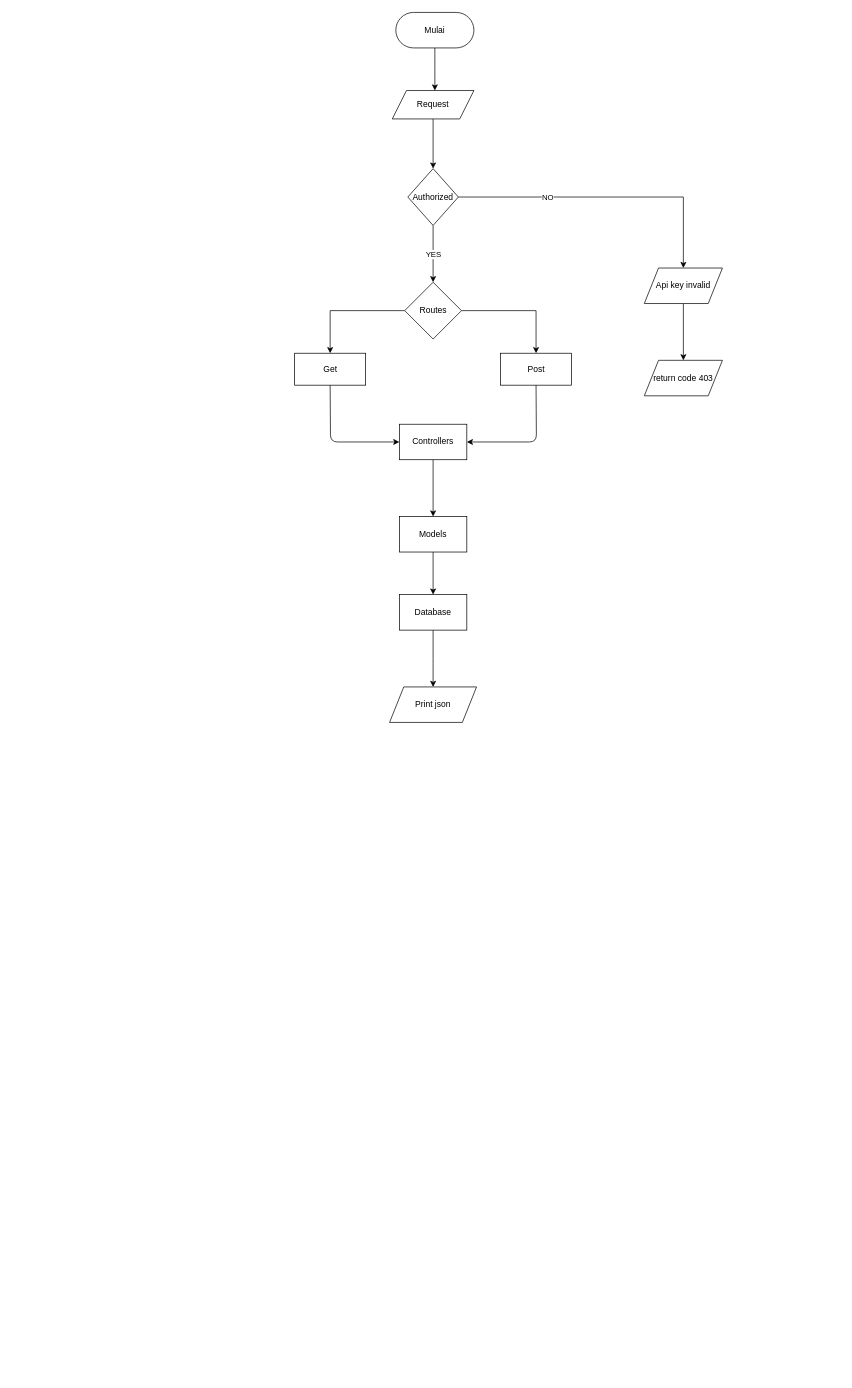
Earlier version of the draw.io diagram FlowchartAPI.drawio (alanard/KingsCafe-BackEnd-Express). Source tidied: cells renumbered, new cells numbered last; positions are measured from the earlier drawing's top-left corner, leaving out a move shared by most shapes. Both pictures are drawn from the tidied source at 71%, with x=0, y=0 at pixel (295, 12).
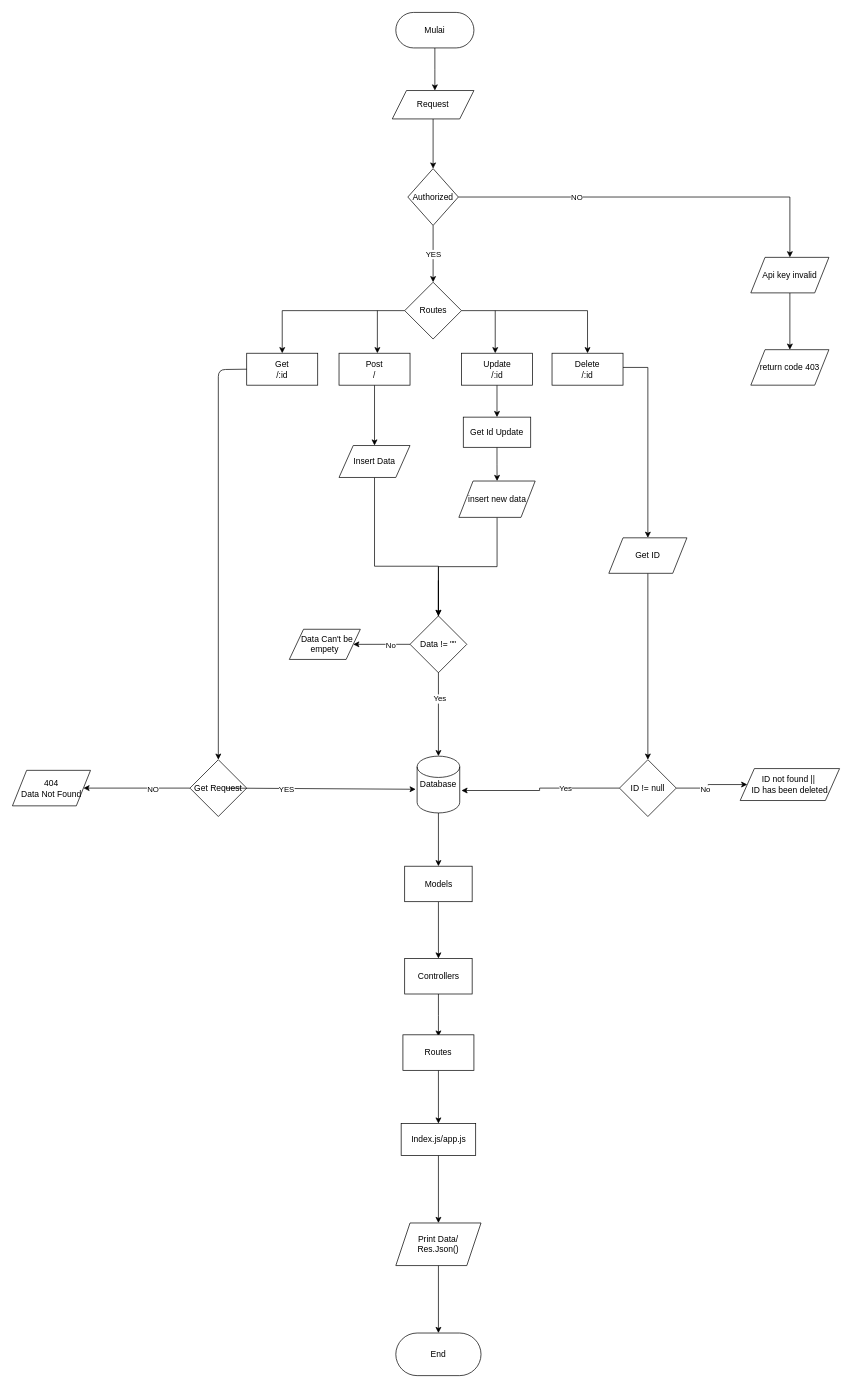
The same diagram, later.

Change to the diagram source:
```diff
@@
-    <mxCell id="7" value="Get" style="whiteSpace=wrap;html=1;" parent="1" vertex="1">
-      <mxGeometry x="-0.5" y="480" width="100" height="45" as="geometry" />
+    <mxCell id="7" value="Get&lt;br&gt;/:id" style="whiteSpace=wrap;html=1;" parent="1" vertex="1">
+      <mxGeometry x="-68" y="480" width="100" height="45" as="geometry" />
     </mxCell>
+    <mxCell id="28" style="edgeStyle=orthogonalEdgeStyle;rounded=0;jettySize=auto;html=1;entryX=0.5;entryY=0;entryDx=0;entryDy=0;" parent="1" edge="1" source="8" target="56">
+      <mxGeometry relative="1" as="geometry">
+        <Array as="points">
+          <mxPoint x="452" y="500" />
+          <mxPoint x="524" y="500" />
+        </Array>
+      </mxGeometry>
+    </mxCell>
-    <mxCell id="8" value="Post" style="whiteSpace=wrap;html=1;" parent="1" vertex="1">
-      <mxGeometry x="289.5" y="480" width="100" height="45" as="geometry" />
+    <mxCell id="8" value="Delete&lt;br&gt;/:id" style="whiteSpace=wrap;html=1;" parent="1" vertex="1">
+      <mxGeometry x="362" y="480" width="100" height="45" as="geometry" />
     </mxCell>
@@
-    <mxCell id="12" value="Controllers" style="whiteSpace=wrap;html=1;" parent="1" vertex="1">
-      <mxGeometry x="147" y="580" width="95" height="50" as="geometry" />
+    <mxCell id="12" value="Models" style="whiteSpace=wrap;html=1;" parent="1" vertex="1">
+      <mxGeometry x="154.5" y="1202.5" width="95" height="50" as="geometry" />
     </mxCell>
-    <mxCell id="13" style="endArrow=classic;html=1;exitX=0.5;exitY=1;exitDx=0;exitDy=0;entryX=0;entryY=0.5;entryDx=0;entryDy=0;" parent="1" edge="1" source="7" target="12">
-      <mxGeometry relative="1" as="geometry">
-        <Array as="points">
-          <mxPoint x="50" y="605" />
-        </Array>
-      </mxGeometry>
-    </mxCell>
-    <mxCell id="14" style="endArrow=classic;html=1;exitX=0.5;exitY=1;exitDx=0;exitDy=0;entryX=1;entryY=0.5;entryDx=0;entryDy=0;" parent="1" edge="1" source="8" target="12">
-      <mxGeometry relative="1" as="geometry">
-        <Array as="points">
-          <mxPoint x="340" y="605" />
-        </Array>
-      </mxGeometry>
-    </mxCell>
-    <mxCell id="15" style="edgeStyle=orthogonalEdgeStyle;rounded=0;jettySize=auto;html=1;" parent="1" edge="1" source="16" target="18">
-      <mxGeometry relative="1" as="geometry" />
+    <mxCell id="15" style="edgeStyle=orthogonalEdgeStyle;rounded=0;jettySize=auto;html=1;" parent="1" edge="1" source="16">
+      <mxGeometry relative="1" as="geometry">
+        <mxPoint x="202" y="1442.5" as="targetPoint" />
+      </mxGeometry>
     </mxCell>
-    <mxCell id="16" value="Models" style="whiteSpace=wrap;html=1;" parent="1" vertex="1">
-      <mxGeometry x="147" y="710" width="95" height="50" as="geometry" />
+    <mxCell id="16" value="Controllers" style="whiteSpace=wrap;html=1;" parent="1" vertex="1">
+      <mxGeometry x="154.5" y="1332.5" width="95" height="50" as="geometry" />
     </mxCell>
-    <mxCell id="17" style="edgeStyle=orthogonalEdgeStyle;rounded=0;jettySize=auto;html=1;" parent="1" edge="1" source="18" target="19">
-      <mxGeometry relative="1" as="geometry" />
-    </mxCell>
-    <mxCell id="18" value="Database" style="whiteSpace=wrap;html=1;" parent="1" vertex="1">
-      <mxGeometry x="147" y="820" width="95" height="50" as="geometry" />
-    </mxCell>
-    <mxCell id="19" value="Print json" style="shape=parallelogram;perimeter=parallelogramPerimeter;whiteSpace=wrap;html=1;fixedSize=1;" parent="1" vertex="1">
-      <mxGeometry x="133.2" y="950" width="122.5" height="50" as="geometry" />
-    </mxCell>
@@
     <mxCell id="26" value="Api key invalid" style="shape=parallelogram;perimeter=parallelogramPerimeter;whiteSpace=wrap;html=1;fixedSize=1;" parent="1" vertex="1">
-      <mxGeometry x="492" y="360" width="110" height="50" as="geometry" />
+      <mxGeometry x="642" y="345" width="110" height="50" as="geometry" />
     </mxCell>
     <mxCell id="27" value="return code 403" style="shape=parallelogram;perimeter=parallelogramPerimeter;whiteSpace=wrap;html=1;fixedSize=1;" parent="1" vertex="1">
-      <mxGeometry x="492" y="490" width="110" height="50" as="geometry" />
+      <mxGeometry x="642" y="475" width="110" height="50" as="geometry" />
     </mxCell>
+    <mxCell id="29" style="endArrow=classic;html=1;" parent="1" edge="1">
+      <mxGeometry relative="1" as="geometry">
+        <mxPoint x="282" y="420" as="sourcePoint" />
+        <mxPoint x="282" y="480" as="targetPoint" />
+      </mxGeometry>
+    </mxCell>
+    <mxCell id="30" style="edgeStyle=orthogonalEdgeStyle;rounded=0;jettySize=auto;html=1;entryX=0.5;entryY=0;entryDx=0;entryDy=0;" parent="1" edge="1" source="31" target="46">
+      <mxGeometry relative="1" as="geometry" />
+    </mxCell>
+    <mxCell id="31" value="Update&lt;br&gt;/:id" style="whiteSpace=wrap;html=1;" parent="1" vertex="1">
+      <mxGeometry x="234.5" y="480" width="100" height="45" as="geometry" />
+    </mxCell>
+    <mxCell id="32" style="edgeStyle=orthogonalEdgeStyle;rounded=0;jettySize=auto;html=1;exitX=0.5;exitY=1;exitDx=0;exitDy=0;" parent="1" edge="1" source="33" target="44">
+      <mxGeometry relative="1" as="geometry" />
+    </mxCell>
+    <mxCell id="33" value="Post&lt;br&gt;/" style="whiteSpace=wrap;html=1;" parent="1" vertex="1">
+      <mxGeometry x="62" y="480" width="100" height="45" as="geometry" />
+    </mxCell>
+    <mxCell id="34" style="endArrow=classic;html=1;" parent="1" edge="1">
+      <mxGeometry relative="1" as="geometry">
+        <mxPoint x="116" y="420" as="sourcePoint" />
+        <mxPoint x="116" y="480" as="targetPoint" />
+      </mxGeometry>
+    </mxCell>
+    <mxCell id="35" style="edgeStyle=orthogonalEdgeStyle;rounded=0;jettySize=auto;html=1;" parent="1" edge="1" source="18" target="12">
+      <mxGeometry relative="1" as="geometry" />
+    </mxCell>
+    <mxCell id="18" value="Database" style="shape=cylinder2;whiteSpace=wrap;html=1;boundedLbl=1;backgroundOutline=1;size=15;" parent="1" vertex="1">
+      <mxGeometry x="172" y="1047.5" width="60" height="80" as="geometry" />
+    </mxCell>
+    <mxCell id="36" style="edgeStyle=orthogonalEdgeStyle;rounded=0;jettySize=auto;html=1;" parent="1" edge="1" source="38" target="41">
+      <mxGeometry relative="1" as="geometry" />
+    </mxCell>
+    <mxCell id="37" value="NO" style="edgeLabel;html=1;align=center;verticalAlign=middle;" parent="36" vertex="1">
+      <mxGeometry x="-0.3" y="1" relative="1" as="geometry" />
+    </mxCell>
+    <mxCell id="38" value="Get Request" style="rhombus;whiteSpace=wrap;html=1;" parent="1" vertex="1">
+      <mxGeometry x="-148" y="1052.5" width="80" height="80" as="geometry" />
+    </mxCell>
+    <mxCell id="39" style="endArrow=classic;html=1;entryX=-0.033;entryY=0.583;entryDx=0;entryDy=0;entryPerimeter=0;" parent="1" edge="1" target="18">
+      <mxGeometry relative="1" as="geometry">
+        <mxPoint x="-98" y="1092.5" as="sourcePoint" />
+      </mxGeometry>
+    </mxCell>
+    <mxCell id="40" value="YES" style="edgeLabel;html=1;align=center;verticalAlign=middle;" parent="39" vertex="1">
+      <mxGeometry x="-0.36" relative="1" as="geometry" />
+    </mxCell>
+    <mxCell id="41" value="404&lt;br&gt;Data Not Found" style="shape=parallelogram;perimeter=parallelogramPerimeter;whiteSpace=wrap;html=1;fixedSize=1;" parent="1" vertex="1">
+      <mxGeometry x="-398" y="1067.5" width="110" height="50" as="geometry" />
+    </mxCell>
+    <mxCell id="42" style="endArrow=classic;html=1;exitX=0;exitY=0.5;exitDx=0;exitDy=0;entryX=0.5;entryY=0;entryDx=0;entryDy=0;" parent="1" edge="1" source="7" target="38">
+      <mxGeometry relative="1" as="geometry">
+        <Array as="points">
+          <mxPoint x="-108" y="503" />
+        </Array>
+      </mxGeometry>
+    </mxCell>
+    <mxCell id="43" style="edgeStyle=orthogonalEdgeStyle;rounded=0;jettySize=auto;html=1;" parent="1" edge="1" source="44" target="53">
+      <mxGeometry relative="1" as="geometry">
+        <Array as="points">
+          <mxPoint x="112" y="780" />
+          <mxPoint x="202" y="780" />
+        </Array>
+      </mxGeometry>
+    </mxCell>
+    <mxCell id="44" value="Insert Data" style="shape=parallelogram;perimeter=parallelogramPerimeter;whiteSpace=wrap;html=1;fixedSize=1;" parent="1" vertex="1">
+      <mxGeometry x="62" y="610" width="100" height="45" as="geometry" />
+    </mxCell>
+    <mxCell id="45" style="edgeStyle=orthogonalEdgeStyle;rounded=0;jettySize=auto;html=1;" parent="1" edge="1" source="46" target="48">
+      <mxGeometry relative="1" as="geometry" />
+    </mxCell>
+    <mxCell id="46" value="Get Id Update" style="whiteSpace=wrap;html=1;" parent="1" vertex="1">
+      <mxGeometry x="237" y="570" width="95" height="42.5" as="geometry" />
+    </mxCell>
+    <mxCell id="47" style="edgeStyle=orthogonalEdgeStyle;rounded=0;jettySize=auto;html=1;" parent="1" edge="1" source="48" target="53">
+      <mxGeometry relative="1" as="geometry" />
+    </mxCell>
+    <mxCell id="48" value="insert new data" style="shape=parallelogram;perimeter=parallelogramPerimeter;whiteSpace=wrap;html=1;fixedSize=1;" parent="1" vertex="1">
+      <mxGeometry x="230.8" y="660" width="107.5" height="51.2" as="geometry" />
+    </mxCell>
+    <mxCell id="49" style="edgeStyle=orthogonalEdgeStyle;rounded=0;jettySize=auto;html=1;" parent="1" edge="1" source="53" target="18">
+      <mxGeometry relative="1" as="geometry">
+        <Array as="points">
+          <mxPoint x="202" y="800" />
+        </Array>
+      </mxGeometry>
+    </mxCell>
+    <mxCell id="50" value="Yes" style="edgeLabel;html=1;align=center;verticalAlign=middle;" parent="49" vertex="1">
+      <mxGeometry x="0.45" y="1" relative="1" as="geometry" />
+    </mxCell>
+    <mxCell id="51" style="edgeStyle=orthogonalEdgeStyle;rounded=0;jettySize=auto;html=1;entryX=1;entryY=0.5;entryDx=0;entryDy=0;" parent="1" edge="1" source="53" target="54">
+      <mxGeometry relative="1" as="geometry" />
+    </mxCell>
+    <mxCell id="52" value="No" style="edgeLabel;html=1;align=center;verticalAlign=middle;" parent="51" vertex="1">
+      <mxGeometry x="-0.31" y="1" relative="1" as="geometry" />
+    </mxCell>
+    <mxCell id="53" value="Data != &quot;&quot;" style="rhombus;whiteSpace=wrap;html=1;" parent="1" vertex="1">
+      <mxGeometry x="162" y="850" width="80" height="80" as="geometry" />
+    </mxCell>
+    <mxCell id="54" value="&lt;span&gt;&amp;nbsp; Data Can't be empety&lt;/span&gt;" style="shape=parallelogram;perimeter=parallelogramPerimeter;whiteSpace=wrap;html=1;fixedSize=1;" parent="1" vertex="1">
+      <mxGeometry x="-8" y="868.8" width="100" height="42.5" as="geometry" />
+    </mxCell>
+    <mxCell id="55" style="edgeStyle=orthogonalEdgeStyle;rounded=0;jettySize=auto;html=1;" parent="1" edge="1" source="56" target="61">
+      <mxGeometry relative="1" as="geometry" />
+    </mxCell>
+    <mxCell id="56" value="Get ID" style="shape=parallelogram;perimeter=parallelogramPerimeter;whiteSpace=wrap;html=1;fixedSize=1;" parent="1" vertex="1">
+      <mxGeometry x="442" y="740" width="110" height="50" as="geometry" />
+    </mxCell>
+    <mxCell id="57" style="edgeStyle=orthogonalEdgeStyle;rounded=0;jettySize=auto;html=1;" parent="1" edge="1" source="61" target="62">
+      <mxGeometry relative="1" as="geometry" />
+    </mxCell>
+    <mxCell id="58" value="No" style="edgeLabel;html=1;align=center;verticalAlign=middle;" parent="57" vertex="1">
+      <mxGeometry x="-0.24" y="-2" relative="1" as="geometry" />
+    </mxCell>
+    <mxCell id="59" style="edgeStyle=orthogonalEdgeStyle;rounded=0;jettySize=auto;html=1;entryX=1.04;entryY=0.605;entryDx=0;entryDy=0;entryPerimeter=0;" parent="1" edge="1" source="61" target="18">
+      <mxGeometry relative="1" as="geometry" />
+    </mxCell>
+    <mxCell id="60" value="Yes" style="edgeLabel;html=1;align=center;verticalAlign=middle;" parent="59" vertex="1">
+      <mxGeometry x="-0.32" relative="1" as="geometry" />
+    </mxCell>
+    <mxCell id="61" value="ID != null" style="rhombus;whiteSpace=wrap;html=1;" parent="1" vertex="1">
+      <mxGeometry x="457" y="1052.5" width="80" height="80" as="geometry" />
+    </mxCell>
+    <mxCell id="62" value="ID not found ||&amp;nbsp;&lt;br&gt;ID has been deleted" style="shape=parallelogram;perimeter=parallelogramPerimeter;whiteSpace=wrap;html=1;fixedSize=1;" parent="1" vertex="1">
+      <mxGeometry x="627" y="1065" width="140" height="45" as="geometry" />
+    </mxCell>
+    <mxCell id="63" value="End" style="rounded=1;whiteSpace=wrap;html=1;arcSize=50;" parent="1" vertex="1">
+      <mxGeometry x="142" y="1860" width="120" height="60" as="geometry" />
+    </mxCell>
+    <mxCell id="64" style="edgeStyle=orthogonalEdgeStyle;rounded=0;jettySize=auto;html=1;" parent="1" edge="1" source="65" target="67">
+      <mxGeometry relative="1" as="geometry" />
+    </mxCell>
+    <mxCell id="65" value="Routes" style="whiteSpace=wrap;html=1;" parent="1" vertex="1">
+      <mxGeometry x="152" y="1440" width="100" height="50" as="geometry" />
+    </mxCell>
+    <mxCell id="66" style="edgeStyle=orthogonalEdgeStyle;rounded=0;jettySize=auto;html=1;" parent="1" edge="1" source="67" target="69">
+      <mxGeometry relative="1" as="geometry" />
+    </mxCell>
+    <mxCell id="67" value="Index.js/app.js" style="whiteSpace=wrap;html=1;" parent="1" vertex="1">
+      <mxGeometry x="149.5" y="1565" width="105" height="45" as="geometry" />
+    </mxCell>
+    <mxCell id="68" style="edgeStyle=orthogonalEdgeStyle;rounded=0;jettySize=auto;html=1;entryX=0.5;entryY=0;entryDx=0;entryDy=0;" parent="1" edge="1" source="69" target="63">
+      <mxGeometry relative="1" as="geometry" />
+    </mxCell>
+    <mxCell id="69" value="Print Data/&lt;br&gt;Res.Json()" style="shape=parallelogram;perimeter=parallelogramPerimeter;whiteSpace=wrap;html=1;fixedSize=1;" parent="1" vertex="1">
+      <mxGeometry x="142" y="1705" width="120" height="60" as="geometry" />
+    </mxCell>
```
